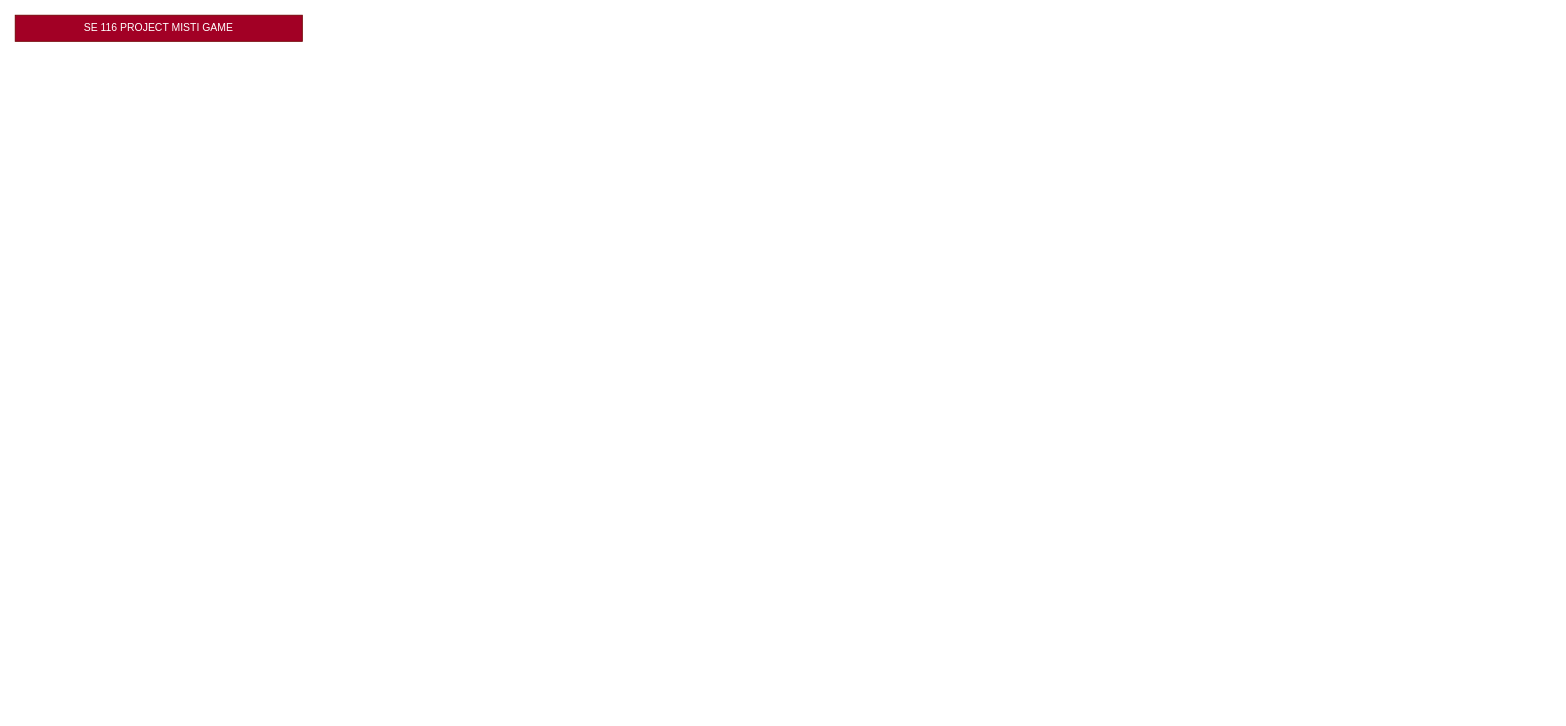
Above: Başlıksız Diyagram.drawio in alperozgursahin/MistiGameProject (draw.io), before the change. Source tidied: cells renumbered, new cells numbered last; positions are measured from the earlier drawing's top-left corner, leaving out a move shared by most shapes. Both pictures are drawn from the tidied source at 87%, with x=0, y=0 at pixel (15, 15).
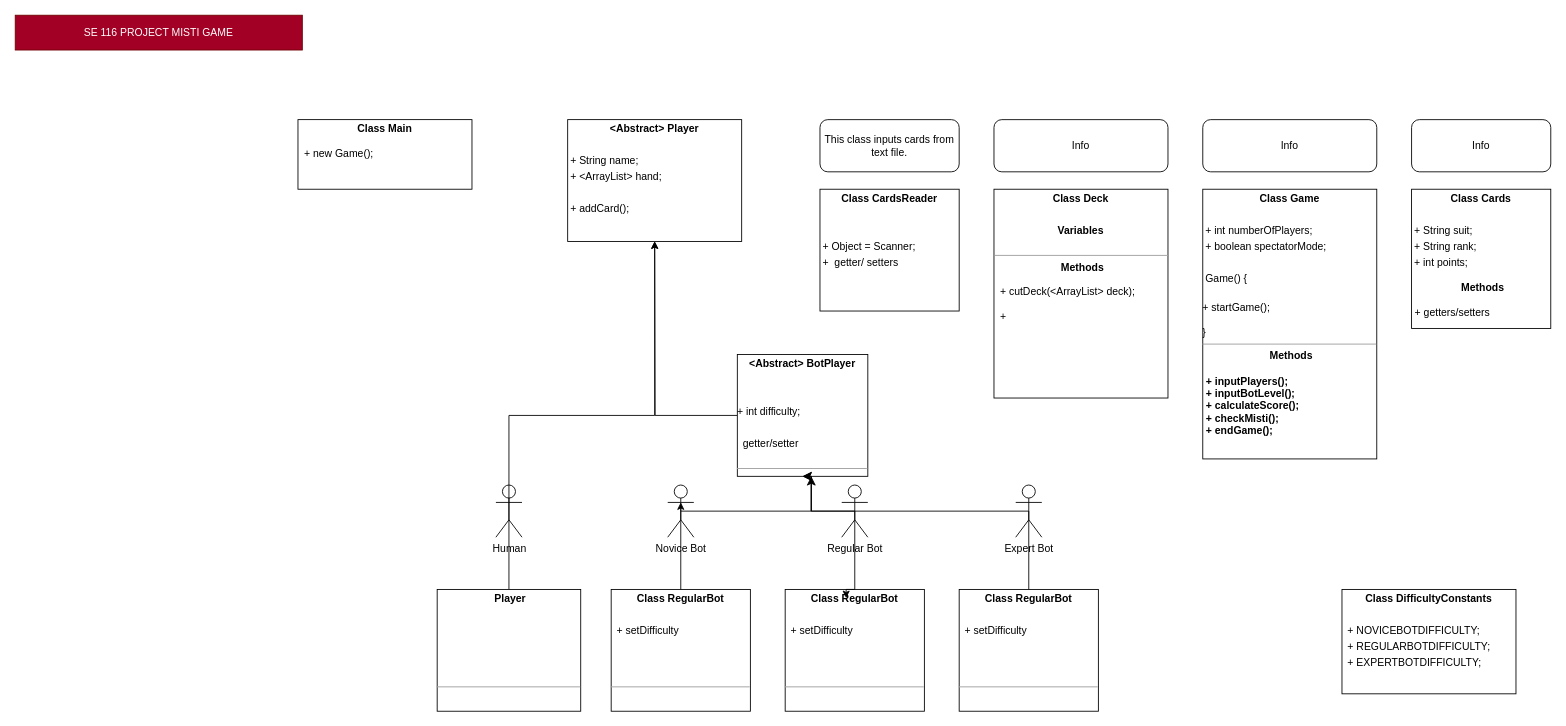
The same diagram, later.

Change to the diagram source:
```diff
@@
     <mxCell id="2" value="SE 116 PROJECT MISTI GAME" style="text;html=1;strokeColor=#6F0000;fillColor=#a20025;align=center;verticalAlign=middle;whiteSpace=wrap;rounded=0;fontColor=#ffffff;" parent="1" vertex="1">
-      <mxGeometry width="330" height="30" as="geometry" />
+      <mxGeometry width="330" height="40" as="geometry" />
     </mxCell>
+    <mxCell id="3" value="&lt;p style=&quot;margin:0px;margin-top:4px;text-align:center;&quot;&gt;&lt;b&gt;Class Cards&lt;/b&gt;&lt;/p&gt;&lt;p style=&quot;margin:0px;margin-top:4px;text-align:center;&quot;&gt;&lt;br&gt;&lt;/p&gt;&lt;p style=&quot;margin: 4px 0px 0px;&quot;&gt;&amp;nbsp;+ String suit;&lt;/p&gt;&lt;p style=&quot;margin: 4px 0px 0px;&quot;&gt;&amp;nbsp;+ String rank;&lt;/p&gt;&lt;p style=&quot;margin: 4px 0px 0px;&quot;&gt;&amp;nbsp;+ int points;&lt;/p&gt;&lt;p style=&quot;margin:0px;margin-left:4px;&quot;&gt;&lt;span style=&quot;text-align: center; background-color: initial; white-space: pre;&quot;&gt;&lt;br&gt;&lt;/span&gt;&lt;/p&gt;&lt;p style=&quot;text-align: center; margin: 0px 0px 0px 4px;&quot;&gt;&lt;b&gt;&lt;span style=&quot;background-color: initial; white-space: pre;&quot;&gt;M&lt;/span&gt;&lt;span style=&quot;text-align: center; background-color: initial;&quot;&gt;ethods&lt;/span&gt;&lt;/b&gt;&lt;/p&gt;&lt;p style=&quot;text-align: left; margin: 0px 0px 0px 4px;&quot;&gt;&lt;b&gt;&lt;span style=&quot;text-align: center; background-color: initial;&quot;&gt;&lt;br&gt;&lt;/span&gt;&lt;/b&gt;&lt;/p&gt;&lt;p style=&quot;margin: 0px 0px 0px 4px;&quot;&gt;+ getters/setters&lt;/p&gt;&lt;p style=&quot;text-align: left; margin: 0px 0px 0px 4px;&quot;&gt;&lt;b&gt;&lt;span style=&quot;text-align: center; background-color: initial;&quot;&gt;&amp;nbsp;&lt;/span&gt;&lt;/b&gt;&lt;/p&gt;&lt;p style=&quot;text-align: left; margin: 0px 0px 0px 4px;&quot;&gt;&lt;b&gt;&lt;span style=&quot;text-align: center; background-color: initial;&quot;&gt;&lt;br&gt;&lt;/span&gt;&lt;/b&gt;&lt;/p&gt;&lt;p style=&quot;text-align: left; margin: 0px 0px 0px 4px;&quot;&gt;&lt;b&gt;&lt;span style=&quot;text-align: center; background-color: initial;&quot;&gt;&lt;br&gt;&lt;/span&gt;&lt;/b&gt;&lt;/p&gt;&lt;p style=&quot;text-align: center; margin: 0px 0px 0px 4px;&quot;&gt;&lt;b&gt;&lt;span style=&quot;text-align: center; background-color: initial;&quot;&gt;&lt;br&gt;&lt;/span&gt;&lt;/b&gt;&lt;/p&gt;&lt;p style=&quot;text-align: center; margin: 0px 0px 0px 4px;&quot;&gt;&lt;span style=&quot;text-align: center; background-color: initial;&quot;&gt;&lt;br&gt;&lt;/span&gt;&lt;/p&gt;&lt;p style=&quot;margin:0px;margin-left:4px;&quot;&gt;&amp;nbsp;&lt;/p&gt;&lt;p style=&quot;margin:0px;margin-left:4px;&quot;&gt;&lt;br&gt;&lt;/p&gt;&lt;p style=&quot;margin:0px;margin-left:4px;&quot;&gt;&lt;br&gt;&lt;/p&gt;&lt;p style=&quot;margin:0px;margin-left:4px;&quot;&gt;&lt;br&gt;&lt;/p&gt;" style="verticalAlign=top;align=left;overflow=fill;fontSize=12;fontFamily=Helvetica;html=1;whiteSpace=wrap;" parent="1" vertex="1">
+      <mxGeometry x="1605" y="200" width="160" height="160" as="geometry" />
+    </mxCell>
+    <mxCell id="4" value="&lt;p style=&quot;margin:0px;margin-top:4px;text-align:center;&quot;&gt;&lt;b&gt;Class Deck&lt;/b&gt;&lt;/p&gt;&lt;p style=&quot;margin:0px;margin-top:4px;text-align:center;&quot;&gt;&lt;br&gt;&lt;/p&gt;&lt;p style=&quot;margin:0px;margin-top:4px;text-align:center;&quot;&gt;&lt;b&gt;Variables&lt;/b&gt;&lt;/p&gt;&lt;br&gt;&lt;hr size=&quot;1&quot;&gt;&lt;p style=&quot;margin:0px;margin-left:4px;&quot;&gt;&lt;/p&gt;&lt;p style=&quot;text-align: center; margin: 0px 0px 0px 4px;&quot;&gt;&lt;b&gt;Methods&lt;/b&gt;&lt;/p&gt;&lt;p style=&quot;margin: 0px 0px 0px 4px;&quot;&gt;&lt;br&gt;&lt;/p&gt;&lt;p style=&quot;margin: 0px 0px 0px 4px;&quot;&gt;&amp;nbsp;+ cutDeck(&amp;lt;ArrayList&amp;gt; deck);&lt;/p&gt;&lt;p style=&quot;margin: 0px 0px 0px 4px;&quot;&gt;&lt;br&gt;&lt;/p&gt;&lt;p style=&quot;margin: 0px 0px 0px 4px;&quot;&gt;&amp;nbsp;+&amp;nbsp;&lt;/p&gt;" style="verticalAlign=top;align=left;overflow=fill;fontSize=12;fontFamily=Helvetica;html=1;whiteSpace=wrap;" parent="1" vertex="1">
+      <mxGeometry x="1125" y="200" width="200" height="240" as="geometry" />
+    </mxCell>
+    <mxCell id="5" value="&lt;p style=&quot;margin:0px;margin-top:4px;text-align:center;&quot;&gt;&lt;b&gt;Class CardsReader&lt;/b&gt;&lt;/p&gt;&lt;p style=&quot;margin: 4px 0px 0px;&quot;&gt;&lt;br&gt;&lt;/p&gt;&lt;p style=&quot;margin: 4px 0px 0px;&quot;&gt;&lt;b&gt;&lt;br&gt;&lt;/b&gt;&lt;/p&gt;&lt;p style=&quot;margin: 4px 0px 0px;&quot;&gt;&amp;nbsp;+ Object = Scanner;&lt;/p&gt;&lt;p style=&quot;margin: 4px 0px 0px;&quot;&gt;&amp;nbsp;+&amp;nbsp; getter/ setters&lt;/p&gt;&lt;p style=&quot;margin: 4px 0px 0px;&quot;&gt;&lt;br&gt;&lt;/p&gt;&lt;p style=&quot;margin: 4px 0px 0px;&quot;&gt;&lt;br&gt;&lt;/p&gt;" style="verticalAlign=top;align=left;overflow=fill;fontSize=12;fontFamily=Helvetica;html=1;whiteSpace=wrap;" parent="1" vertex="1">
+      <mxGeometry x="925" y="200" width="160" height="140" as="geometry" />
+    </mxCell>
+    <mxCell id="6" value="This class inputs cards from text file." style="rounded=1;whiteSpace=wrap;html=1;" parent="1" vertex="1">
+      <mxGeometry x="925" y="120" width="160" height="60" as="geometry" />
+    </mxCell>
+    <mxCell id="7" value="Info" style="rounded=1;whiteSpace=wrap;html=1;" parent="1" vertex="1">
+      <mxGeometry x="1605" y="120" width="160" height="60" as="geometry" />
+    </mxCell>
+    <mxCell id="8" value="Info" style="rounded=1;whiteSpace=wrap;html=1;" parent="1" vertex="1">
+      <mxGeometry x="1125" y="120" width="200" height="60" as="geometry" />
+    </mxCell>
+    <mxCell id="9" style="edgeStyle=orthogonalEdgeStyle;rounded=0;orthogonalLoop=1;jettySize=auto;html=1;exitX=0.5;exitY=1;exitDx=0;exitDy=0;" parent="1" edge="1" source="3" target="3">
+      <mxGeometry relative="1" as="geometry" />
+    </mxCell>
+    <mxCell id="10" value="&lt;p style=&quot;margin:0px;margin-top:4px;text-align:center;&quot;&gt;&lt;b&gt;Class Game&lt;/b&gt;&lt;/p&gt;&lt;p style=&quot;margin:0px;margin-top:4px;text-align:center;&quot;&gt;&lt;b&gt;&lt;br&gt;&lt;/b&gt;&lt;/p&gt;&lt;p style=&quot;margin: 4px 0px 0px;&quot;&gt;&amp;nbsp;+ int numberOfPlayers;&lt;/p&gt;&lt;p style=&quot;margin: 4px 0px 0px;&quot;&gt;&amp;nbsp;+ boolean spectatorMode;&lt;/p&gt;&lt;p style=&quot;margin: 4px 0px 0px;&quot;&gt;&lt;br&gt;&lt;/p&gt;&lt;p style=&quot;margin: 4px 0px 0px;&quot;&gt;&amp;nbsp;Game() {&lt;/p&gt;&lt;p style=&quot;margin: 4px 0px 0px;&quot;&gt;&lt;span style=&quot;&quot;&gt; &lt;/span&gt;&lt;br&gt;&lt;/p&gt;+ startGame();&lt;br&gt;&lt;br&gt;}&lt;br&gt;&lt;hr size=&quot;1&quot;&gt;&lt;p style=&quot;margin:0px;margin-left:4px;&quot;&gt;&lt;/p&gt;&lt;p style=&quot;text-align: center; margin: 0px 0px 0px 4px;&quot;&gt;&lt;b&gt;Methods&lt;/b&gt;&lt;/p&gt;&lt;p style=&quot;text-align: center; margin: 0px 0px 0px 4px;&quot;&gt;&lt;b&gt;&lt;br&gt;&lt;/b&gt;&lt;/p&gt;&lt;p style=&quot;margin: 0px 0px 0px 4px;&quot;&gt;&lt;b&gt;+ inputPlayers();&lt;/b&gt;&lt;/p&gt;&lt;p style=&quot;margin: 0px 0px 0px 4px;&quot;&gt;&lt;b&gt;+ inputBotLevel();&lt;/b&gt;&lt;/p&gt;&lt;p style=&quot;margin: 0px 0px 0px 4px;&quot;&gt;&lt;b&gt;+ calculateScore();&lt;/b&gt;&lt;/p&gt;&lt;p style=&quot;margin: 0px 0px 0px 4px;&quot;&gt;&lt;b&gt;+ checkMisti();&lt;/b&gt;&lt;/p&gt;&lt;p style=&quot;margin: 0px 0px 0px 4px;&quot;&gt;&lt;b&gt;+ endGame();&lt;/b&gt;&lt;/p&gt;&lt;p style=&quot;margin: 0px 0px 0px 4px;&quot;&gt;&lt;b&gt;&lt;br&gt;&lt;/b&gt;&lt;/p&gt;" style="verticalAlign=top;align=left;overflow=fill;fontSize=12;fontFamily=Helvetica;html=1;whiteSpace=wrap;" parent="1" vertex="1">
+      <mxGeometry x="1365" y="200" width="200" height="310" as="geometry" />
+    </mxCell>
+    <mxCell id="11" value="Info" style="rounded=1;whiteSpace=wrap;html=1;" parent="1" vertex="1">
+      <mxGeometry x="1365" y="120" width="200" height="60" as="geometry" />
+    </mxCell>
+    <mxCell id="12" value="&lt;p style=&quot;margin:0px;margin-top:4px;text-align:center;&quot;&gt;&lt;b&gt;Class Main&lt;/b&gt;&lt;/p&gt;&lt;p style=&quot;text-align: center; margin: 0px 0px 0px 4px;&quot;&gt;&lt;br&gt;&lt;/p&gt;&lt;p style=&quot;margin: 0px 0px 0px 4px;&quot;&gt;&amp;nbsp;+ new Game();&lt;/p&gt;" style="verticalAlign=top;align=left;overflow=fill;fontSize=12;fontFamily=Helvetica;html=1;whiteSpace=wrap;" parent="1" vertex="1">
+      <mxGeometry x="325" y="120" width="200" height="80" as="geometry" />
+    </mxCell>
+    <mxCell id="13" value="&lt;p style=&quot;margin:0px;margin-top:4px;text-align:center;&quot;&gt;&lt;b&gt;&amp;lt;Abstract&amp;gt; Player&lt;/b&gt;&lt;/p&gt;&lt;p style=&quot;margin: 4px 0px 0px;&quot;&gt;&lt;br&gt;&lt;/p&gt;&lt;p style=&quot;margin: 4px 0px 0px;&quot;&gt;&amp;nbsp;+ String name;&lt;/p&gt;&lt;p style=&quot;margin: 4px 0px 0px;&quot;&gt;&amp;nbsp;+ &amp;lt;ArrayList&amp;gt; hand;&lt;/p&gt;&lt;p style=&quot;margin: 4px 0px 0px;&quot;&gt;&lt;br&gt;&lt;/p&gt;&lt;p style=&quot;margin: 4px 0px 0px;&quot;&gt;&amp;nbsp;+ addCard();&lt;/p&gt;&lt;p style=&quot;margin: 4px 0px 0px;&quot;&gt;&lt;br&gt;&lt;/p&gt;&lt;p style=&quot;margin: 4px 0px 0px;&quot;&gt;&amp;nbsp;&lt;/p&gt;&lt;br&gt;&lt;hr size=&quot;1&quot;&gt;&lt;p style=&quot;margin:0px;margin-left:4px;&quot;&gt;&lt;/p&gt;&lt;p style=&quot;text-align: center; margin: 0px 0px 0px 4px;&quot;&gt;&lt;br&gt;&lt;/p&gt;" style="verticalAlign=top;align=left;overflow=fill;fontSize=12;fontFamily=Helvetica;html=1;whiteSpace=wrap;" parent="1" vertex="1">
+      <mxGeometry x="635" y="120" width="200" height="140" as="geometry" />
+    </mxCell>
+    <mxCell id="14" value="&lt;p style=&quot;margin:0px;margin-top:4px;text-align:center;&quot;&gt;&lt;b&gt;Class RegularBot&lt;/b&gt;&lt;/p&gt;&lt;p style=&quot;margin: 4px 0px 0px;&quot;&gt;&lt;br&gt;&lt;/p&gt;&lt;p style=&quot;margin: 4px 0px 0px;&quot;&gt;&amp;nbsp; + setDifficulty&lt;/p&gt;&lt;p style=&quot;margin: 4px 0px 0px;&quot;&gt;&amp;nbsp;&lt;/p&gt;&lt;p style=&quot;margin: 4px 0px 0px;&quot;&gt;&amp;nbsp;&lt;/p&gt;&lt;br&gt;&lt;hr size=&quot;1&quot;&gt;&lt;p style=&quot;margin:0px;margin-left:4px;&quot;&gt;&lt;/p&gt;&lt;p style=&quot;text-align: center; margin: 0px 0px 0px 4px;&quot;&gt;&lt;br&gt;&lt;/p&gt;" style="verticalAlign=top;align=left;overflow=fill;fontSize=12;fontFamily=Helvetica;html=1;whiteSpace=wrap;" parent="1" vertex="1">
+      <mxGeometry x="885" y="660" width="160" height="140" as="geometry" />
+    </mxCell>
+    <mxCell id="15" value="Novice Bot&lt;br&gt;" style="shape=umlActor;verticalLabelPosition=bottom;verticalAlign=top;html=1;" parent="1" vertex="1">
+      <mxGeometry x="750" y="540" width="30" height="60" as="geometry" />
+    </mxCell>
+    <mxCell id="16" value="Regular Bot&lt;br&gt;" style="shape=umlActor;verticalLabelPosition=bottom;verticalAlign=top;html=1;" parent="1" vertex="1">
+      <mxGeometry x="950" y="540" width="30" height="60" as="geometry" />
+    </mxCell>
+    <mxCell id="17" value="Human&lt;br&gt;" style="shape=umlActor;verticalLabelPosition=bottom;verticalAlign=top;html=1;" parent="1" vertex="1">
+      <mxGeometry x="552.5" y="540" width="30" height="60" as="geometry" />
+    </mxCell>
+    <mxCell id="18" value="Expert Bot&lt;br&gt;" style="shape=umlActor;verticalLabelPosition=bottom;verticalAlign=top;html=1;" parent="1" vertex="1">
+      <mxGeometry x="1150" y="540" width="30" height="60" as="geometry" />
+    </mxCell>
+    <mxCell id="19" style="edgeStyle=orthogonalEdgeStyle;rounded=0;orthogonalLoop=1;jettySize=auto;html=1;exitX=0.5;exitY=0.5;exitDx=0;exitDy=0;exitPerimeter=0;entryX=0.5;entryY=0.333;entryDx=0;entryDy=0;entryPerimeter=0;" parent="1" edge="1" source="15" target="15">
+      <mxGeometry relative="1" as="geometry" />
+    </mxCell>
+    <mxCell id="20" style="edgeStyle=orthogonalEdgeStyle;rounded=0;jettySize=auto;html=1;exitX=0.5;exitY=0;exitDx=0;exitDy=0;entryX=0.5;entryY=1;entryDx=0;entryDy=0;" parent="1" edge="1" source="21" target="13">
+      <mxGeometry relative="1" as="geometry" />
+    </mxCell>
+    <mxCell id="21" value="&lt;p style=&quot;margin:0px;margin-top:4px;text-align:center;&quot;&gt;&lt;b&gt;&amp;nbsp;Player&lt;/b&gt;&lt;/p&gt;&lt;p style=&quot;margin:0px;margin-top:4px;text-align:center;&quot;&gt;&lt;b&gt;&lt;br&gt;&lt;/b&gt;&lt;/p&gt;&lt;p style=&quot;margin: 4px 0px 0px;&quot;&gt;&lt;b&gt;&lt;br&gt;&lt;/b&gt;&lt;/p&gt;&lt;p style=&quot;margin: 4px 0px 0px;&quot;&gt;&lt;br&gt;&lt;/p&gt;&lt;p style=&quot;margin: 4px 0px 0px;&quot;&gt;&amp;nbsp;&lt;/p&gt;&lt;br&gt;&lt;hr size=&quot;1&quot;&gt;&lt;p style=&quot;margin:0px;margin-left:4px;&quot;&gt;&lt;/p&gt;&lt;p style=&quot;text-align: center; margin: 0px 0px 0px 4px;&quot;&gt;&lt;br&gt;&lt;/p&gt;" style="verticalAlign=top;align=left;overflow=fill;fontSize=12;fontFamily=Helvetica;html=1;whiteSpace=wrap;" parent="1" vertex="1">
+      <mxGeometry x="485" y="660" width="165" height="140" as="geometry" />
+    </mxCell>
+    <mxCell id="22" style="edgeStyle=orthogonalEdgeStyle;rounded=0;jettySize=auto;html=1;" parent="1" edge="1" source="23">
+      <mxGeometry relative="1" as="geometry">
+        <mxPoint x="735" y="260" as="targetPoint" />
+      </mxGeometry>
+    </mxCell>
+    <mxCell id="23" value="&lt;p style=&quot;margin:0px;margin-top:4px;text-align:center;&quot;&gt;&lt;b&gt;&amp;lt;Abstract&amp;gt; BotPlayer&lt;/b&gt;&lt;/p&gt;&lt;p style=&quot;margin: 4px 0px 0px;&quot;&gt;&lt;br&gt;&lt;/p&gt;&lt;p style=&quot;margin: 4px 0px 0px;&quot;&gt;&amp;nbsp;&lt;/p&gt;&lt;p style=&quot;margin: 4px 0px 0px;&quot;&gt;+ int difficulty;&lt;/p&gt;&lt;p style=&quot;margin: 4px 0px 0px;&quot;&gt;&lt;br&gt;&lt;/p&gt;&lt;p style=&quot;margin: 4px 0px 0px;&quot;&gt;&amp;nbsp; getter/setter&lt;/p&gt;&lt;br&gt;&lt;hr size=&quot;1&quot;&gt;&lt;p style=&quot;margin:0px;margin-left:4px;&quot;&gt;&lt;/p&gt;&lt;p style=&quot;text-align: center; margin: 0px 0px 0px 4px;&quot;&gt;&lt;br&gt;&lt;/p&gt;" style="verticalAlign=top;align=left;overflow=fill;fontSize=12;fontFamily=Helvetica;html=1;whiteSpace=wrap;" parent="1" vertex="1">
+      <mxGeometry x="830" y="390" width="150" height="140" as="geometry" />
+    </mxCell>
+    <mxCell id="24" style="edgeStyle=orthogonalEdgeStyle;rounded=0;orthogonalLoop=1;jettySize=auto;html=1;exitX=0.5;exitY=0;exitDx=0;exitDy=0;entryX=0.438;entryY=0.071;entryDx=0;entryDy=0;entryPerimeter=0;" parent="1" edge="1" source="14" target="14">
+      <mxGeometry relative="1" as="geometry" />
+    </mxCell>
+    <mxCell id="25" value="&lt;p style=&quot;margin:0px;margin-top:4px;text-align:center;&quot;&gt;&lt;b&gt;Class DifficultyConstants&lt;/b&gt;&lt;/p&gt;&lt;p style=&quot;margin:0px;margin-top:4px;text-align:center;&quot;&gt;&lt;br&gt;&lt;/p&gt;&lt;p style=&quot;margin: 4px 0px 0px;&quot;&gt;&amp;nbsp; + NOVICEBOTDIFFICULTY;&lt;/p&gt;&lt;p style=&quot;margin: 4px 0px 0px;&quot;&gt;&amp;nbsp; + REGULARBOTDIFFICULTY;&lt;br&gt;&lt;/p&gt;&lt;p style=&quot;margin: 4px 0px 0px;&quot;&gt;&amp;nbsp; + EXPERTBOTDIFFICULTY;&lt;br&gt;&lt;/p&gt;" style="verticalAlign=top;align=left;overflow=fill;fontSize=12;fontFamily=Helvetica;html=1;whiteSpace=wrap;" parent="1" vertex="1">
+      <mxGeometry x="1525" y="660" width="200" height="120" as="geometry" />
+    </mxCell>
+    <mxCell id="26" value="&lt;p style=&quot;margin:0px;margin-top:4px;text-align:center;&quot;&gt;&lt;b&gt;Class RegularBot&lt;/b&gt;&lt;/p&gt;&lt;p style=&quot;margin: 4px 0px 0px;&quot;&gt;&lt;br&gt;&lt;/p&gt;&lt;p style=&quot;margin: 4px 0px 0px;&quot;&gt;&amp;nbsp; + setDifficulty&lt;/p&gt;&lt;p style=&quot;margin: 4px 0px 0px;&quot;&gt;&amp;nbsp;&lt;/p&gt;&lt;p style=&quot;margin: 4px 0px 0px;&quot;&gt;&amp;nbsp;&lt;/p&gt;&lt;br&gt;&lt;hr size=&quot;1&quot;&gt;&lt;p style=&quot;margin:0px;margin-left:4px;&quot;&gt;&lt;/p&gt;&lt;p style=&quot;text-align: center; margin: 0px 0px 0px 4px;&quot;&gt;&lt;br&gt;&lt;/p&gt;" style="verticalAlign=top;align=left;overflow=fill;fontSize=12;fontFamily=Helvetica;html=1;whiteSpace=wrap;" parent="1" vertex="1">
+      <mxGeometry x="685" y="660" width="160" height="140" as="geometry" />
+    </mxCell>
+    <mxCell id="27" value="&lt;p style=&quot;margin:0px;margin-top:4px;text-align:center;&quot;&gt;&lt;b&gt;Class RegularBot&lt;/b&gt;&lt;/p&gt;&lt;p style=&quot;margin: 4px 0px 0px;&quot;&gt;&lt;br&gt;&lt;/p&gt;&lt;p style=&quot;margin: 4px 0px 0px;&quot;&gt;&amp;nbsp; + setDifficulty&lt;/p&gt;&lt;p style=&quot;margin: 4px 0px 0px;&quot;&gt;&amp;nbsp;&lt;/p&gt;&lt;p style=&quot;margin: 4px 0px 0px;&quot;&gt;&amp;nbsp;&lt;/p&gt;&lt;br&gt;&lt;hr size=&quot;1&quot;&gt;&lt;p style=&quot;margin:0px;margin-left:4px;&quot;&gt;&lt;/p&gt;&lt;p style=&quot;text-align: center; margin: 0px 0px 0px 4px;&quot;&gt;&lt;br&gt;&lt;/p&gt;" style="verticalAlign=top;align=left;overflow=fill;fontSize=12;fontFamily=Helvetica;html=1;whiteSpace=wrap;" parent="1" vertex="1">
+      <mxGeometry x="1085" y="660" width="160" height="140" as="geometry" />
+    </mxCell>
+    <mxCell id="28" style="edgeStyle=segmentEdgeStyle;endArrow=classic;html=1;curved=0;rounded=0;endSize=8;startSize=8;exitX=0.5;exitY=0;exitDx=0;exitDy=0;" parent="1" edge="1" source="14" target="23">
+      <mxGeometry relative="1" as="geometry">
+        <Array as="points">
+          <mxPoint x="965" y="570" />
+          <mxPoint x="915" y="570" />
+        </Array>
+      </mxGeometry>
+    </mxCell>
+    <mxCell id="29" style="edgeStyle=segmentEdgeStyle;endArrow=classic;html=1;curved=0;rounded=0;endSize=8;startSize=8;entryX=0.5;entryY=1;entryDx=0;entryDy=0;exitX=0.5;exitY=0;exitDx=0;exitDy=0;" parent="1" edge="1" source="27" target="23">
+      <mxGeometry relative="1" as="geometry">
+        <Array as="points">
+          <mxPoint x="1165" y="570" />
+          <mxPoint x="915" y="570" />
+        </Array>
+      </mxGeometry>
+    </mxCell>
+    <mxCell id="30" style="edgeStyle=segmentEdgeStyle;endArrow=classic;html=1;curved=0;rounded=0;endSize=8;startSize=8;entryX=0.5;entryY=1;entryDx=0;entryDy=0;exitX=0.5;exitY=0;exitDx=0;exitDy=0;" parent="1" edge="1" source="26" target="23">
+      <mxGeometry relative="1" as="geometry">
+        <Array as="points">
+          <mxPoint x="765" y="570" />
+          <mxPoint x="915" y="570" />
+          <mxPoint x="915" y="530" />
+        </Array>
+      </mxGeometry>
+    </mxCell>
```
